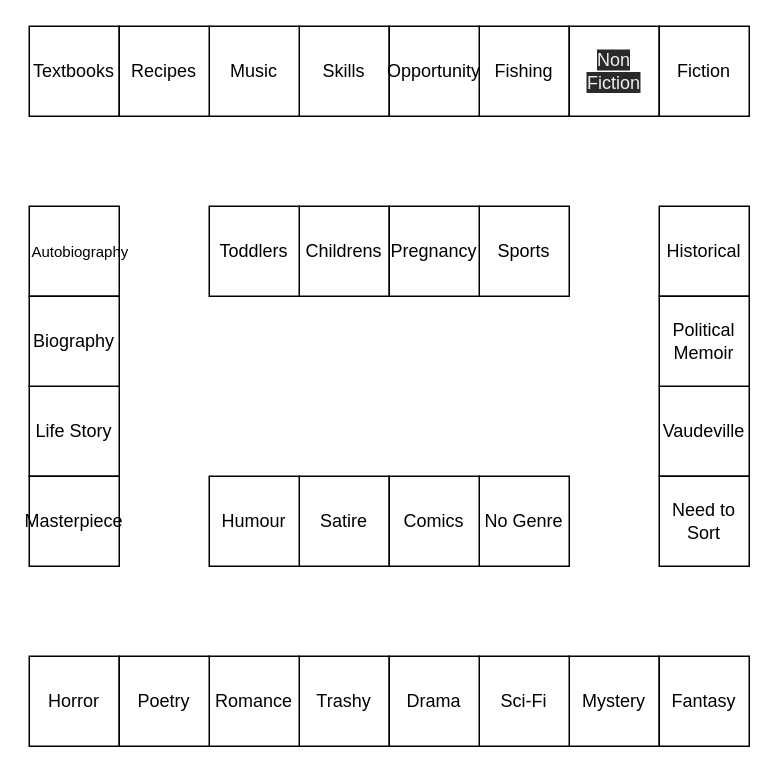
Earlier version of the draw.io diagram page "Bookshelves v1" (1 of 3) of Files/Bookworms/Bookworms.drawio (aecyia/TheSims3). Source tidied: cells renumbered, new cells numbered last; positions are measured from the earlier drawing's top-left corner, leaving out a move shared by most shapes. Both pictures are drawn from the tidied source at 150%, with x=0, y=0 at pixel (28, 26).
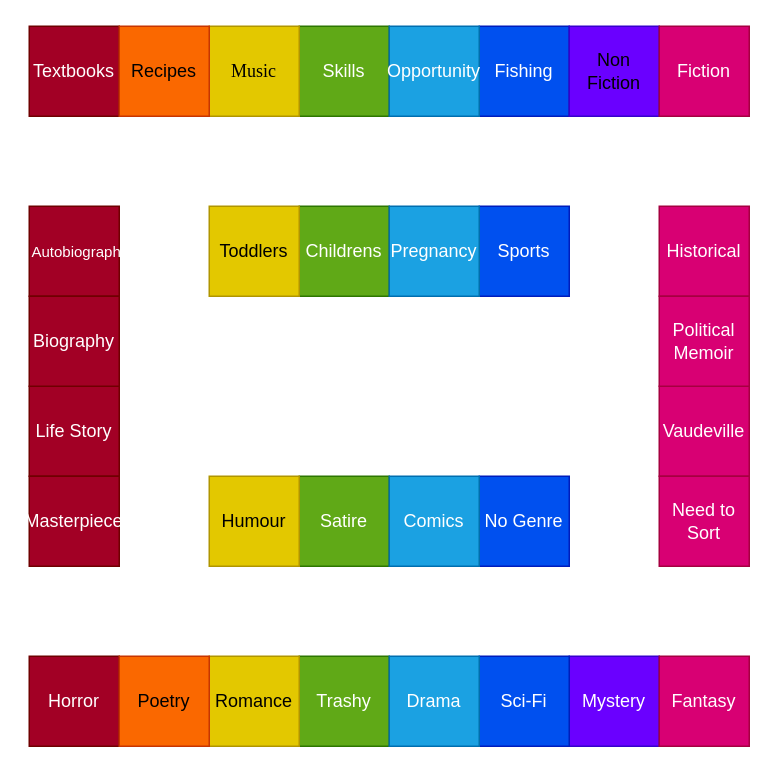
The same diagram, later.

What changed in the source:
```diff
@@
-    <mxCell id="2" value="&lt;font face=&quot;feather&quot;&gt;Historical&lt;/font&gt;" style="whiteSpace=wrap;html=1;" parent="1" vertex="1">
+    <mxCell id="2" value="&lt;font face=&quot;feather&quot;&gt;Historical&lt;/font&gt;" style="whiteSpace=wrap;html=1;fillColor=#d80073;strokeColor=#A50040;fontColor=#ffffff;" parent="1" vertex="1">
       <mxGeometry x="420" y="120" width="60" height="60" as="geometry" />
     </mxCell>
-    <mxCell id="3" value="&lt;font face=&quot;feather&quot;&gt;Textbooks&lt;br&gt;&lt;/font&gt;" style="whiteSpace=wrap;html=1;" parent="1" vertex="1">
+    <mxCell id="3" value="&lt;font face=&quot;feather&quot;&gt;Textbooks&lt;br&gt;&lt;/font&gt;" style="whiteSpace=wrap;html=1;fillColor=#a20025;strokeColor=#6F0000;fontColor=#ffffff;" parent="1" vertex="1">
       <mxGeometry width="60" height="60" as="geometry" />
     </mxCell>
-    <mxCell id="4" value="&lt;font face=&quot;feather&quot;&gt;Skills&lt;br&gt;&lt;/font&gt;" style="whiteSpace=wrap;html=1;" parent="1" vertex="1">
+    <mxCell id="4" value="&lt;font face=&quot;feather&quot;&gt;Skills&lt;br&gt;&lt;/font&gt;" style="whiteSpace=wrap;html=1;fillColor=#60a917;strokeColor=#2D7600;fontColor=#ffffff;" parent="1" vertex="1">
       <mxGeometry x="180" width="60" height="60" as="geometry" />
     </mxCell>
-    <mxCell id="5" value="&lt;font face=&quot;feather&quot;&gt;Music&lt;br&gt;&lt;/font&gt;" style="whiteSpace=wrap;html=1;" parent="1" vertex="1">
+    <mxCell id="5" value="&lt;font face=&quot;Times New Roman&quot;&gt;Music&lt;/font&gt;" style="whiteSpace=wrap;html=1;fillColor=#e3c800;strokeColor=#B09500;fontColor=#000000;" parent="1" vertex="1">
       <mxGeometry x="120" width="60" height="60" as="geometry" />
     </mxCell>
-    <mxCell id="6" value="&lt;font face=&quot;feather&quot;&gt;Fishing&lt;/font&gt;" style="whiteSpace=wrap;html=1;" parent="1" vertex="1">
+    <mxCell id="6" value="&lt;font face=&quot;feather&quot;&gt;Fishing&lt;/font&gt;" style="whiteSpace=wrap;html=1;fillColor=#0050ef;strokeColor=#001DBC;fontColor=#ffffff;" parent="1" vertex="1">
       <mxGeometry x="300" width="60" height="60" as="geometry" />
     </mxCell>
-    <mxCell id="7" value="&lt;span style=&quot;color: rgb(240 , 240 , 240) ; font-family: &amp;#34;feather&amp;#34; ; font-size: 12px ; font-style: normal ; font-weight: 400 ; letter-spacing: normal ; text-align: center ; text-indent: 0px ; text-transform: none ; word-spacing: 0px ; background-color: rgb(42 , 42 , 42) ; display: inline ; float: none&quot;&gt;Non Fiction&lt;/span&gt;&lt;br&gt;" style="whiteSpace=wrap;html=1;" parent="1" vertex="1">
+    <mxCell id="7" value="&lt;span style=&quot;font-family: feather; font-size: 12px; font-style: normal; font-weight: 400; letter-spacing: normal; text-align: center; text-indent: 0px; text-transform: none; word-spacing: 0px; display: inline; float: none;&quot;&gt;Non Fiction&lt;/span&gt;&lt;br&gt;" style="whiteSpace=wrap;html=1;fillColor=#6a00ff;strokeColor=#3700CC;rounded=0;labelBackgroundColor=none;" parent="1" vertex="1">
       <mxGeometry x="360" width="60" height="60" as="geometry" />
     </mxCell>
-    <mxCell id="8" value="&lt;font face=&quot;feather&quot;&gt;Recipes&lt;br&gt;&lt;/font&gt;" style="whiteSpace=wrap;html=1;" parent="1" vertex="1">
+    <mxCell id="8" value="&lt;font face=&quot;feather&quot;&gt;Recipes&lt;br&gt;&lt;/font&gt;" style="whiteSpace=wrap;html=1;fillColor=#fa6800;strokeColor=#C73500;fontColor=#000000;" parent="1" vertex="1">
       <mxGeometry x="60" width="60" height="60" as="geometry" />
     </mxCell>
-    <mxCell id="9" value="&lt;font face=&quot;feather&quot;&gt;Fiction&lt;/font&gt;" style="whiteSpace=wrap;html=1;" parent="1" vertex="1">
+    <mxCell id="9" value="&lt;font face=&quot;feather&quot;&gt;Fiction&lt;/font&gt;" style="whiteSpace=wrap;html=1;fillColor=#d80073;strokeColor=#A50040;fontColor=#ffffff;" parent="1" vertex="1">
       <mxGeometry x="420" width="60" height="60" as="geometry" />
     </mxCell>
-    <mxCell id="10" value="&lt;font face=&quot;feather&quot;&gt;Vaudeville&lt;/font&gt;" style="whiteSpace=wrap;html=1;" parent="1" vertex="1">
+    <mxCell id="10" value="&lt;font face=&quot;feather&quot;&gt;Vaudeville&lt;/font&gt;" style="whiteSpace=wrap;html=1;fillColor=#d80073;strokeColor=#A50040;fontColor=#ffffff;" parent="1" vertex="1">
       <mxGeometry x="420" y="240" width="60" height="60" as="geometry" />
     </mxCell>
-    <mxCell id="11" value="&lt;span style=&quot;font-family: &amp;#34;feather&amp;#34;&quot;&gt;Need to Sort&lt;/span&gt;" style="whiteSpace=wrap;html=1;" parent="1" vertex="1">
+    <mxCell id="11" value="&lt;span style=&quot;font-family: &amp;#34;feather&amp;#34;&quot;&gt;Need to Sort&lt;/span&gt;" style="whiteSpace=wrap;html=1;fillColor=#d80073;strokeColor=#A50040;fontColor=#ffffff;" parent="1" vertex="1">
       <mxGeometry x="420" y="300" width="60" height="60" as="geometry" />
     </mxCell>
-    <mxCell id="12" value="&lt;font face=&quot;feather&quot;&gt;Political Memoir&lt;/font&gt;" style="whiteSpace=wrap;html=1;" parent="1" vertex="1">
+    <mxCell id="12" value="&lt;font face=&quot;feather&quot;&gt;Political Memoir&lt;/font&gt;" style="whiteSpace=wrap;html=1;fillColor=#d80073;strokeColor=#A50040;fontColor=#ffffff;" parent="1" vertex="1">
       <mxGeometry x="420" y="180" width="60" height="60" as="geometry" />
     </mxCell>
-    <mxCell id="13" value="&lt;font face=&quot;feather&quot; style=&quot;font-size: 10px&quot;&gt;Autobiography&lt;/font&gt;" style="whiteSpace=wrap;html=1;align=left;" parent="1" vertex="1">
+    <mxCell id="13" value="&lt;font face=&quot;feather&quot; style=&quot;font-size: 10px&quot;&gt;Autobiography&lt;/font&gt;" style="whiteSpace=wrap;html=1;align=left;fillColor=#a20025;strokeColor=#6F0000;fontColor=#ffffff;" parent="1" vertex="1">
       <mxGeometry y="120" width="60" height="60" as="geometry" />
     </mxCell>
-    <mxCell id="14" value="&lt;font face=&quot;feather&quot;&gt;Life Story&lt;/font&gt;" style="whiteSpace=wrap;html=1;" parent="1" vertex="1">
+    <mxCell id="14" value="&lt;font face=&quot;feather&quot;&gt;Life Story&lt;/font&gt;" style="whiteSpace=wrap;html=1;fillColor=#a20025;strokeColor=#6F0000;fontColor=#ffffff;" parent="1" vertex="1">
       <mxGeometry y="240" width="60" height="60" as="geometry" />
     </mxCell>
-    <mxCell id="15" value="&lt;font face=&quot;feather&quot;&gt;Masterpiece&lt;/font&gt;" style="whiteSpace=wrap;html=1;" parent="1" vertex="1">
+    <mxCell id="15" value="&lt;font face=&quot;feather&quot;&gt;Masterpiece&lt;/font&gt;" style="whiteSpace=wrap;html=1;fillColor=#a20025;strokeColor=#6F0000;fontColor=#ffffff;" parent="1" vertex="1">
       <mxGeometry y="300" width="60" height="60" as="geometry" />
     </mxCell>
-    <mxCell id="16" value="&lt;font face=&quot;feather&quot;&gt;Biography&lt;/font&gt;" style="whiteSpace=wrap;html=1;" parent="1" vertex="1">
+    <mxCell id="16" value="&lt;font face=&quot;feather&quot;&gt;Biography&lt;/font&gt;" style="whiteSpace=wrap;html=1;fillColor=#a20025;strokeColor=#6F0000;fontColor=#ffffff;" parent="1" vertex="1">
       <mxGeometry y="180" width="60" height="60" as="geometry" />
     </mxCell>
-    <mxCell id="17" value="&lt;font face=&quot;feather&quot;&gt;Horror&lt;br&gt;&lt;/font&gt;" style="whiteSpace=wrap;html=1;" parent="1" vertex="1">
+    <mxCell id="17" value="&lt;font face=&quot;feather&quot;&gt;Horror&lt;br&gt;&lt;/font&gt;" style="whiteSpace=wrap;html=1;fillColor=#a20025;strokeColor=#6F0000;fontColor=#ffffff;" parent="1" vertex="1">
       <mxGeometry y="420" width="60" height="60" as="geometry" />
     </mxCell>
-    <mxCell id="18" value="&lt;font face=&quot;feather&quot;&gt;Trashy&lt;/font&gt;" style="whiteSpace=wrap;html=1;" parent="1" vertex="1">
+    <mxCell id="18" value="&lt;font face=&quot;feather&quot;&gt;Trashy&lt;/font&gt;" style="whiteSpace=wrap;html=1;fillColor=#60a917;strokeColor=#2D7600;fontColor=#ffffff;" parent="1" vertex="1">
       <mxGeometry x="180" y="420" width="60" height="60" as="geometry" />
     </mxCell>
-    <mxCell id="19" value="&lt;font face=&quot;feather&quot;&gt;Romance&lt;/font&gt;" style="whiteSpace=wrap;html=1;" parent="1" vertex="1">
+    <mxCell id="19" value="&lt;font face=&quot;feather&quot;&gt;Romance&lt;/font&gt;" style="whiteSpace=wrap;html=1;fillColor=#e3c800;strokeColor=#B09500;fontColor=#000000;" parent="1" vertex="1">
       <mxGeometry x="120" y="420" width="60" height="60" as="geometry" />
     </mxCell>
-    <mxCell id="20" value="&lt;font face=&quot;feather&quot;&gt;Mystery&lt;/font&gt;" style="whiteSpace=wrap;html=1;" parent="1" vertex="1">
+    <mxCell id="20" value="&lt;font face=&quot;feather&quot;&gt;Mystery&lt;/font&gt;" style="whiteSpace=wrap;html=1;fillColor=#6a00ff;strokeColor=#3700CC;fontColor=#ffffff;" parent="1" vertex="1">
       <mxGeometry x="360" y="420" width="60" height="60" as="geometry" />
     </mxCell>
-    <mxCell id="21" value="&lt;font face=&quot;feather&quot;&gt;Sci-Fi&lt;/font&gt;" style="whiteSpace=wrap;html=1;" parent="1" vertex="1">
+    <mxCell id="21" value="&lt;font face=&quot;feather&quot;&gt;Sci-Fi&lt;/font&gt;" style="whiteSpace=wrap;html=1;fillColor=#0050ef;strokeColor=#001DBC;fontColor=#ffffff;" parent="1" vertex="1">
       <mxGeometry x="300" y="420" width="60" height="60" as="geometry" />
     </mxCell>
-    <mxCell id="22" value="&lt;font face=&quot;feather&quot;&gt;Poetry&lt;/font&gt;" style="whiteSpace=wrap;html=1;" parent="1" vertex="1">
+    <mxCell id="22" value="&lt;font face=&quot;feather&quot;&gt;Poetry&lt;/font&gt;" style="whiteSpace=wrap;html=1;fillColor=#fa6800;strokeColor=#C73500;fontColor=#000000;" parent="1" vertex="1">
       <mxGeometry x="60" y="420" width="60" height="60" as="geometry" />
     </mxCell>
-    <mxCell id="23" value="&lt;font face=&quot;feather&quot;&gt;Fantasy&lt;/font&gt;" style="whiteSpace=wrap;html=1;" parent="1" vertex="1">
+    <mxCell id="23" value="&lt;font face=&quot;feather&quot;&gt;Fantasy&lt;/font&gt;" style="whiteSpace=wrap;html=1;fillColor=#d80073;strokeColor=#A50040;fontColor=#ffffff;" parent="1" vertex="1">
       <mxGeometry x="420" y="420" width="60" height="60" as="geometry" />
     </mxCell>
-    <mxCell id="24" value="&lt;font face=&quot;feather&quot;&gt;Childrens&lt;/font&gt;" style="whiteSpace=wrap;html=1;" parent="1" vertex="1">
+    <mxCell id="24" value="&lt;font face=&quot;feather&quot;&gt;Childrens&lt;/font&gt;" style="whiteSpace=wrap;html=1;fillColor=#60a917;strokeColor=#2D7600;fontColor=#ffffff;" parent="1" vertex="1">
       <mxGeometry x="180" y="120" width="60" height="60" as="geometry" />
     </mxCell>
-    <mxCell id="25" value="&lt;font face=&quot;feather&quot;&gt;Toddlers&lt;/font&gt;" style="whiteSpace=wrap;html=1;" parent="1" vertex="1">
+    <mxCell id="25" value="&lt;font face=&quot;feather&quot;&gt;Toddlers&lt;/font&gt;" style="whiteSpace=wrap;html=1;fillColor=#e3c800;strokeColor=#B09500;fontColor=#000000;" parent="1" vertex="1">
       <mxGeometry x="120" y="120" width="60" height="60" as="geometry" />
     </mxCell>
-    <mxCell id="26" value="&lt;font face=&quot;feather&quot;&gt;Sports&lt;/font&gt;" style="whiteSpace=wrap;html=1;" parent="1" vertex="1">
+    <mxCell id="26" value="&lt;font face=&quot;feather&quot;&gt;Sports&lt;/font&gt;" style="whiteSpace=wrap;html=1;fillColor=#0050ef;strokeColor=#001DBC;fontColor=#ffffff;" parent="1" vertex="1">
       <mxGeometry x="300" y="120" width="60" height="60" as="geometry" />
     </mxCell>
-    <mxCell id="27" value="&lt;font face=&quot;feather&quot;&gt;Pregnancy&lt;/font&gt;" style="whiteSpace=wrap;html=1;" parent="1" vertex="1">
+    <mxCell id="27" value="&lt;font face=&quot;feather&quot;&gt;Pregnancy&lt;/font&gt;" style="whiteSpace=wrap;html=1;fillColor=#1ba1e2;strokeColor=#006EAF;fontColor=#ffffff;" parent="1" vertex="1">
       <mxGeometry x="240" y="120" width="60" height="60" as="geometry" />
     </mxCell>
-    <mxCell id="28" value="&lt;font face=&quot;feather&quot;&gt;Satire&lt;/font&gt;" style="whiteSpace=wrap;html=1;" parent="1" vertex="1">
+    <mxCell id="28" value="&lt;font face=&quot;feather&quot;&gt;Satire&lt;/font&gt;" style="whiteSpace=wrap;html=1;fillColor=#60a917;strokeColor=#2D7600;fontColor=#ffffff;" parent="1" vertex="1">
       <mxGeometry x="180" y="300" width="60" height="60" as="geometry" />
     </mxCell>
-    <mxCell id="29" value="&lt;font face=&quot;feather&quot;&gt;Humour&lt;/font&gt;" style="whiteSpace=wrap;html=1;" parent="1" vertex="1">
+    <mxCell id="29" value="&lt;font face=&quot;feather&quot;&gt;Humour&lt;/font&gt;" style="whiteSpace=wrap;html=1;fillColor=#e3c800;strokeColor=#B09500;fontColor=#000000;" parent="1" vertex="1">
       <mxGeometry x="120" y="300" width="60" height="60" as="geometry" />
     </mxCell>
-    <mxCell id="30" value="&lt;font face=&quot;feather&quot;&gt;No Genre&lt;br&gt;&lt;/font&gt;" style="whiteSpace=wrap;html=1;" parent="1" vertex="1">
+    <mxCell id="30" value="&lt;font face=&quot;feather&quot;&gt;No Genre&lt;br&gt;&lt;/font&gt;" style="whiteSpace=wrap;html=1;fillColor=#0050ef;strokeColor=#001DBC;fontColor=#ffffff;" parent="1" vertex="1">
       <mxGeometry x="300" y="300" width="60" height="60" as="geometry" />
     </mxCell>
-    <mxCell id="31" value="&lt;font face=&quot;feather&quot;&gt;Comics&lt;/font&gt;" style="whiteSpace=wrap;html=1;" parent="1" vertex="1">
+    <mxCell id="31" value="&lt;font face=&quot;feather&quot;&gt;Comics&lt;/font&gt;" style="whiteSpace=wrap;html=1;fillColor=#1ba1e2;strokeColor=#006EAF;fontColor=#ffffff;" parent="1" vertex="1">
       <mxGeometry x="240" y="300" width="60" height="60" as="geometry" />
     </mxCell>
-    <mxCell id="32" value="&lt;font face=&quot;feather&quot;&gt;Opportunity&lt;/font&gt;" style="whiteSpace=wrap;html=1;" parent="1" vertex="1">
+    <mxCell id="32" value="&lt;font face=&quot;feather&quot;&gt;Opportunity&lt;/font&gt;" style="whiteSpace=wrap;html=1;fillColor=#1ba1e2;strokeColor=#006EAF;fontColor=#ffffff;" parent="1" vertex="1">
       <mxGeometry x="240" width="60" height="60" as="geometry" />
     </mxCell>
-    <mxCell id="33" value="&lt;font face=&quot;feather&quot;&gt;Drama&lt;/font&gt;" style="whiteSpace=wrap;html=1;" parent="1" vertex="1">
+    <mxCell id="33" value="&lt;font face=&quot;feather&quot;&gt;Drama&lt;/font&gt;" style="whiteSpace=wrap;html=1;fillColor=#1ba1e2;strokeColor=#006EAF;fontColor=#ffffff;" parent="1" vertex="1">
       <mxGeometry x="240" y="420" width="60" height="60" as="geometry" />
     </mxCell>
```
